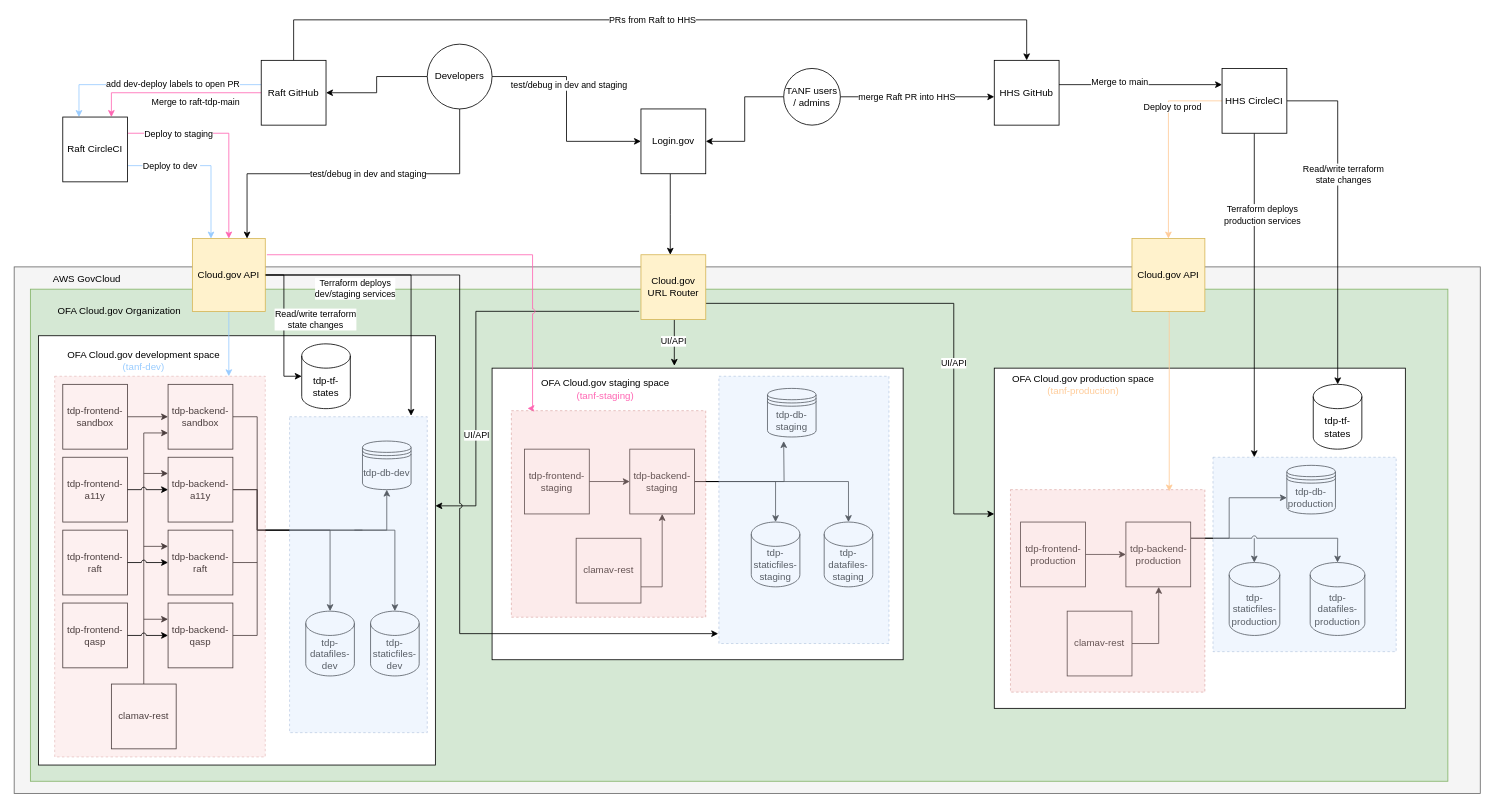
Before: docs/Technical-Documentation/diagrams/tdp-environments.drawio in HHS/TANF-app, a draw.io diagram. Source tidied: cells renumbered, new cells numbered last; positions are measured from the earlier drawing's top-left corner, leaving out a move shared by most shapes. Both pictures are drawn from the tidied source at 81%, with x=0, y=0 at pixel (14, 19).
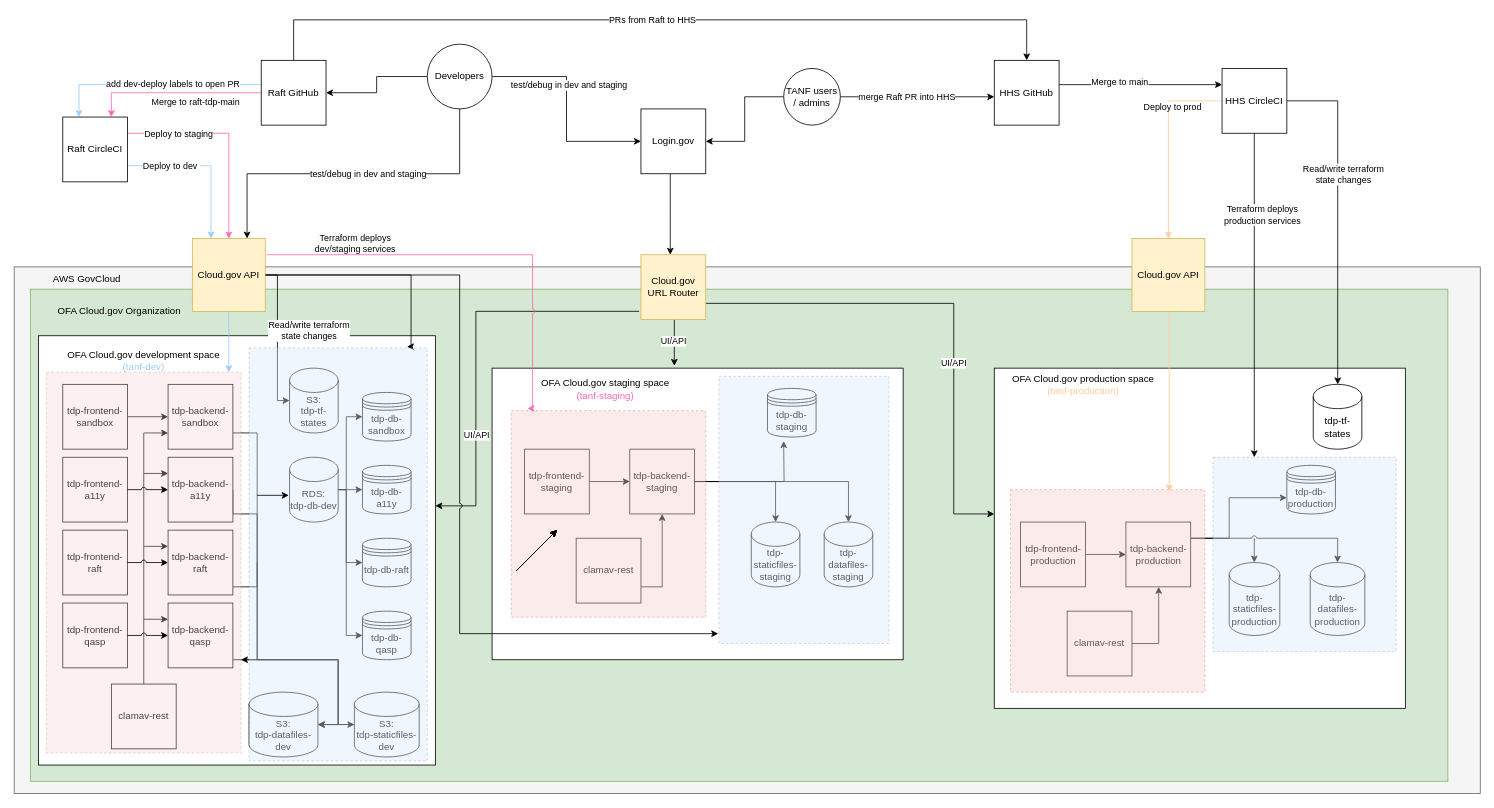
After the change.

Commit message:
Update to environments to show new databases in RDS service

Unchanged cells that the change refers to:
```xml
<mxCell id="47" value="tdp-backend-sandbox" style="whiteSpace=wrap;html=1;" parent="1" vertex="1">
  <mxGeometry x="190" y="450" width="80" height="80" as="geometry" />
</mxCell>
<mxCell id="52" value="tdp-backend-a11y" style="whiteSpace=wrap;html=1;" parent="1" vertex="1">
  <mxGeometry x="190" y="540" width="80" height="80" as="geometry" />
</mxCell>
<mxCell id="56" value="tdp-backend-raft" style="whiteSpace=wrap;html=1;" parent="1" vertex="1">
  <mxGeometry x="190" y="630" width="80" height="80" as="geometry" />
</mxCell>
<mxCell id="60" value="tdp-backend-qasp" style="whiteSpace=wrap;html=1;" parent="1" vertex="1">
  <mxGeometry x="190" y="720" width="80" height="80" as="geometry" />
</mxCell>
```

The edit, as a diff of the source:
```diff
@@
-    <mxCell id="41" style="edgeStyle=elbowEdgeStyle;rounded=0;orthogonalLoop=1;jettySize=auto;html=1;endArrow=none;endFill=0;startArrow=classic;startFill=1;exitX=0.5;exitY=1;exitDx=0;exitDy=0;exitPerimeter=0;" parent="1" edge="1">
-      <mxGeometry relative="1" as="geometry">
-        <mxPoint x="460" y="580" as="sourcePoint" />
-        <mxPoint x="420" y="630" as="targetPoint" />
-        <Array as="points">
-          <mxPoint x="460" y="610" />
-        </Array>
-      </mxGeometry>
-    </mxCell>
-    <mxCell id="42" value="tdp-staticfiles-dev" style="shape=cylinder3;whiteSpace=wrap;html=1;boundedLbl=1;backgroundOutline=1;size=15;" parent="1" vertex="1">
-      <mxGeometry x="440" y="730" width="60" height="80" as="geometry" />
+    <mxCell id="42" value="S3:&lt;br&gt;tdp-staticfiles-dev" style="shape=cylinder3;whiteSpace=wrap;html=1;boundedLbl=1;backgroundOutline=1;size=15;" parent="1" vertex="1">
+      <mxGeometry x="420" y="830" width="80" height="80" as="geometry" />
     </mxCell>
+    <mxCell id="121" style="edgeStyle=none;rounded=0;jettySize=auto;html=1;" parent="1" edge="1" source="42" target="43">
+      <mxGeometry relative="1" as="geometry" />
+    </mxCell>
+    <mxCell id="122" style="edgeStyle=orthogonalEdgeStyle;rounded=0;jettySize=auto;html=1;endArrow=classic;endFill=1;" parent="1" edge="1" source="43" target="115">
+      <mxGeometry relative="1" as="geometry">
+        <Array as="points">
+          <mxPoint x="400" y="870" />
+          <mxPoint x="400" y="790" />
+          <mxPoint x="278" y="790" />
+          <mxPoint x="278" y="785" />
+        </Array>
+      </mxGeometry>
+    </mxCell>
-    <mxCell id="43" value="tdp-datafiles-dev" style="shape=cylinder3;whiteSpace=wrap;html=1;boundedLbl=1;backgroundOutline=1;size=15;" parent="1" vertex="1">
-      <mxGeometry x="360" y="730" width="60" height="80" as="geometry" />
+    <mxCell id="43" value="S3:&lt;br&gt;tdp-datafiles-dev" style="shape=cylinder3;whiteSpace=wrap;html=1;boundedLbl=1;backgroundOutline=1;size=15;" parent="1" vertex="1">
+      <mxGeometry x="290" y="830" width="85" height="80" as="geometry" />
     </mxCell>
@@
-    <mxCell id="46" style="edgeStyle=elbowEdgeStyle;rounded=0;jettySize=auto;html=1;endArrow=none;endFill=0;" parent="1" edge="1" source="47">
-      <mxGeometry relative="1" as="geometry">
-        <mxPoint x="430" y="630" as="targetPoint" />
-        <Array as="points">
-          <mxPoint x="300" y="570" />
-        </Array>
-      </mxGeometry>
-    </mxCell>
+    <mxCell id="123" style="edgeStyle=none;rounded=0;jettySize=auto;html=1;endArrow=classic;endFill=1;exitX=1;exitY=0.5;exitDx=0;exitDy=0;" parent="1" edge="1" target="102">
+      <mxGeometry relative="1" as="geometry">
+        <mxPoint x="400" y="580" as="sourcePoint" />
+        <Array as="points">
+          <mxPoint x="410" y="580" />
+          <mxPoint x="410" y="490" />
+        </Array>
+      </mxGeometry>
+    </mxCell>
+    <mxCell id="124" style="edgeStyle=orthogonalEdgeStyle;rounded=0;jettySize=auto;html=1;exitX=1;exitY=0.75;exitDx=0;exitDy=0;entryX=1;entryY=0.5;entryDx=0;entryDy=0;entryPerimeter=0;endArrow=classic;endFill=1;" parent="1" edge="1" source="47" target="43">
+      <mxGeometry relative="1" as="geometry">
+        <Array as="points">
+          <mxPoint x="300" y="510" />
+          <mxPoint x="300" y="790" />
+          <mxPoint x="400" y="790" />
+          <mxPoint x="400" y="870" />
+        </Array>
+      </mxGeometry>
+    </mxCell>
@@
-    <mxCell id="49" style="edgeStyle=orthogonalEdgeStyle;rounded=0;jettySize=auto;html=1;" parent="1" edge="1" source="52" target="43">
-      <mxGeometry relative="1" as="geometry">
-        <Array as="points">
-          <mxPoint x="300" y="580" />
-          <mxPoint x="300" y="630" />
-          <mxPoint x="390" y="630" />
-        </Array>
-      </mxGeometry>
-    </mxCell>
     <mxCell id="50" style="edgeStyle=orthogonalEdgeStyle;rounded=0;jettySize=auto;html=1;exitX=1;exitY=0.5;exitDx=0;exitDy=0;" parent="1" edge="1" source="52" target="42">
       <mxGeometry relative="1" as="geometry">
         <Array as="points">
-          <mxPoint x="300" y="580" />
-          <mxPoint x="300" y="630" />
-          <mxPoint x="470" y="630" />
+          <mxPoint x="270" y="610" />
+          <mxPoint x="300" y="610" />
+          <mxPoint x="300" y="790" />
+          <mxPoint x="400" y="790" />
+          <mxPoint x="400" y="870" />
         </Array>
       </mxGeometry>
     </mxCell>
@@
+    <mxCell id="125" style="edgeStyle=none;rounded=0;jettySize=auto;html=1;exitX=1;exitY=0.5;exitDx=0;exitDy=0;entryX=0;entryY=0.5;entryDx=0;entryDy=0;" parent="1" edge="1" target="128">
+      <mxGeometry relative="1" as="geometry">
+        <mxPoint x="400" y="580" as="sourcePoint" />
+      </mxGeometry>
+    </mxCell>
@@
     <mxCell id="54" style="edgeStyle=elbowEdgeStyle;rounded=0;jettySize=auto;html=1;endArrow=none;endFill=0;" parent="1" edge="1" source="56">
       <mxGeometry relative="1" as="geometry">
         <mxPoint x="300" y="670" as="targetPoint" />
+        <Array as="points">
+          <mxPoint x="300" y="700" />
+          <mxPoint x="285" y="700" />
+        </Array>
       </mxGeometry>
     </mxCell>
@@
+    <mxCell id="126" style="edgeStyle=none;rounded=0;jettySize=auto;html=1;exitX=1;exitY=0.5;exitDx=0;exitDy=0;" parent="1" edge="1" target="129">
+      <mxGeometry relative="1" as="geometry">
+        <mxPoint x="400" y="580" as="sourcePoint" />
+        <Array as="points">
+          <mxPoint x="410" y="580" />
+          <mxPoint x="410" y="670" />
+        </Array>
+      </mxGeometry>
+    </mxCell>
@@
     <mxCell id="58" style="edgeStyle=elbowEdgeStyle;rounded=0;jettySize=auto;html=1;endArrow=none;endFill=0;" parent="1" edge="1" source="60">
       <mxGeometry relative="1" as="geometry">
-        <mxPoint x="300" y="630" as="targetPoint" />
+        <mxPoint x="300" y="790" as="targetPoint" />
         <Array as="points">
+          <mxPoint x="290" y="790" />
           <mxPoint x="300" y="700" />
         </Array>
       </mxGeometry>
     </mxCell>
@@
+    <mxCell id="127" style="edgeStyle=none;rounded=0;jettySize=auto;html=1;exitX=1;exitY=0.5;exitDx=0;exitDy=0;entryX=0;entryY=0.5;entryDx=0;entryDy=0;" parent="1" edge="1" target="130">
+      <mxGeometry relative="1" as="geometry">
+        <mxPoint x="400" y="580" as="sourcePoint" />
+        <Array as="points">
+          <mxPoint x="410" y="580" />
+          <mxPoint x="410" y="760" />
+        </Array>
+      </mxGeometry>
+    </mxCell>
@@
-    <mxCell id="80" value="tdp-tf-states" style="shape=cylinder3;whiteSpace=wrap;html=1;boundedLbl=1;backgroundOutline=1;size=15;" parent="1" vertex="1">
-      <mxGeometry x="355" y="400" width="60" height="80" as="geometry" />
+    <mxCell id="80" value="S3:&lt;br&gt;tdp-tf-states" style="shape=cylinder3;whiteSpace=wrap;html=1;boundedLbl=1;backgroundOutline=1;size=15;" parent="1" vertex="1">
+      <mxGeometry x="340" y="430" width="60" height="80" as="geometry" />
     </mxCell>
@@
-    <mxCell id="102" value="tdp-db-dev" style="shape=datastore;whiteSpace=wrap;html=1;strokeColor=#000000;fillColor=#ffffff;gradientColor=none;" parent="1" vertex="1">
-      <mxGeometry x="430" y="520" width="60" height="60" as="geometry" />
+    <mxCell id="102" value="tdp-db-sandbox" style="shape=datastore;whiteSpace=wrap;html=1;strokeColor=#000000;fillColor=#ffffff;gradientColor=none;" parent="1" vertex="1">
+      <mxGeometry x="430" y="460" width="60" height="60" as="geometry" />
     </mxCell>
-    <mxCell id="103" style="rounded=0;whiteSpace=wrap;html=1;dashed=1;fillColor=#dae8fc;strokeColor=#6c8ebf;opacity=40;" parent="1" vertex="1">
-      <mxGeometry x="340" y="490" width="170" height="390" as="geometry" />
-    </mxCell>
@@
     <mxCell id="115" style="rounded=0;whiteSpace=wrap;html=1;dashed=1;fillColor=#f8cecc;strokeColor=#b85450;opacity=30;" parent="1" vertex="1">
-      <mxGeometry x="50" y="440" width="260" height="470" as="geometry" />
+      <mxGeometry x="40" y="435" width="240" height="470" as="geometry" />
     </mxCell>
@@
+    <mxCell id="128" value="tdp-db-a11y" style="shape=datastore;whiteSpace=wrap;html=1;strokeColor=#000000;fillColor=#ffffff;gradientColor=none;" parent="1" vertex="1">
+      <mxGeometry x="430" y="550" width="60" height="60" as="geometry" />
+    </mxCell>
+    <mxCell id="129" value="&lt;div&gt;tdp-db-raft&lt;/div&gt;" style="shape=datastore;whiteSpace=wrap;html=1;strokeColor=#000000;fillColor=#ffffff;gradientColor=none;" parent="1" vertex="1">
+      <mxGeometry x="430" y="640" width="60" height="60" as="geometry" />
+    </mxCell>
+    <mxCell id="130" value="&lt;div&gt;tdp-db-qasp&lt;/div&gt;" style="shape=datastore;whiteSpace=wrap;html=1;strokeColor=#000000;fillColor=#ffffff;gradientColor=none;" parent="1" vertex="1">
+      <mxGeometry x="430" y="730" width="60" height="60" as="geometry" />
+    </mxCell>
+    <mxCell id="131" style="endArrow=classic;html=1;rounded=0;" parent="1" edge="1">
+      <mxGeometry relative="1" as="geometry">
+        <mxPoint x="620" y="680" as="sourcePoint" />
+        <mxPoint x="670" y="630" as="targetPoint" />
+      </mxGeometry>
+    </mxCell>
+    <mxCell id="132" style="endArrow=classic;html=1;rounded=0;" parent="1" edge="1">
+      <mxGeometry relative="1" as="geometry">
+        <mxPoint x="620" y="680" as="sourcePoint" />
+        <mxPoint x="670" y="630" as="targetPoint" />
+      </mxGeometry>
+    </mxCell>
+    <mxCell id="133" style="endArrow=classic;html=1;rounded=0;" parent="1" edge="1">
+      <mxGeometry relative="1" as="geometry">
+        <mxPoint x="620" y="680" as="sourcePoint" />
+        <mxPoint x="670" y="630" as="targetPoint" />
+      </mxGeometry>
+    </mxCell>
+    <mxCell id="134" style="endArrow=classic;html=1;rounded=0;" parent="1" edge="1">
+      <mxGeometry relative="1" as="geometry">
+        <mxPoint x="620" y="680" as="sourcePoint" />
+        <mxPoint x="670" y="630" as="targetPoint" />
+      </mxGeometry>
+    </mxCell>
+    <mxCell id="135" style="endArrow=classic;html=1;rounded=0;" parent="1" edge="1">
+      <mxGeometry relative="1" as="geometry">
+        <mxPoint x="620" y="680" as="sourcePoint" />
+        <mxPoint x="670" y="630" as="targetPoint" />
+      </mxGeometry>
+    </mxCell>
+    <mxCell id="136" style="endArrow=classic;html=1;rounded=0;" parent="1" edge="1">
+      <mxGeometry relative="1" as="geometry">
+        <mxPoint x="620" y="680" as="sourcePoint" />
+        <mxPoint x="670" y="630" as="targetPoint" />
+      </mxGeometry>
+    </mxCell>
+    <mxCell id="137" style="endArrow=classic;html=1;rounded=0;" parent="1" edge="1">
+      <mxGeometry relative="1" as="geometry">
+        <mxPoint x="620" y="680" as="sourcePoint" />
+        <mxPoint x="670" y="630" as="targetPoint" />
+      </mxGeometry>
+    </mxCell>
+    <mxCell id="138" value="RDS: &lt;br&gt;tdp-db-dev" style="shape=cylinder3;whiteSpace=wrap;html=1;boundedLbl=1;backgroundOutline=1;size=15;" parent="1" vertex="1">
+      <mxGeometry x="340" y="540" width="60" height="80" as="geometry" />
+    </mxCell>
+    <mxCell id="103" style="rounded=0;whiteSpace=wrap;html=1;dashed=1;fillColor=#dae8fc;strokeColor=#6c8ebf;opacity=40;" parent="1" vertex="1">
+      <mxGeometry x="290" y="405" width="220" height="510" as="geometry" />
+    </mxCell>
+    <mxCell id="139" style="endArrow=classic;html=1;rounded=0;" parent="1" edge="1">
+      <mxGeometry relative="1" as="geometry">
+        <mxPoint x="620" y="680" as="sourcePoint" />
+        <mxPoint x="670" y="630" as="targetPoint" />
+      </mxGeometry>
+    </mxCell>
+    <mxCell id="140" style="endArrow=classic;html=1;rounded=0;" parent="1" edge="1">
+      <mxGeometry relative="1" as="geometry">
+        <mxPoint x="620" y="680" as="sourcePoint" />
+        <mxPoint x="670" y="630" as="targetPoint" />
+      </mxGeometry>
+    </mxCell>
+    <mxCell id="141" style="endArrow=classic;html=1;rounded=0;entryX=-0.017;entryY=0.588;entryDx=0;entryDy=0;entryPerimeter=0;" parent="1" edge="1" target="138">
+      <mxGeometry relative="1" as="geometry">
+        <mxPoint x="300" y="587" as="sourcePoint" />
+      </mxGeometry>
+    </mxCell>
```
